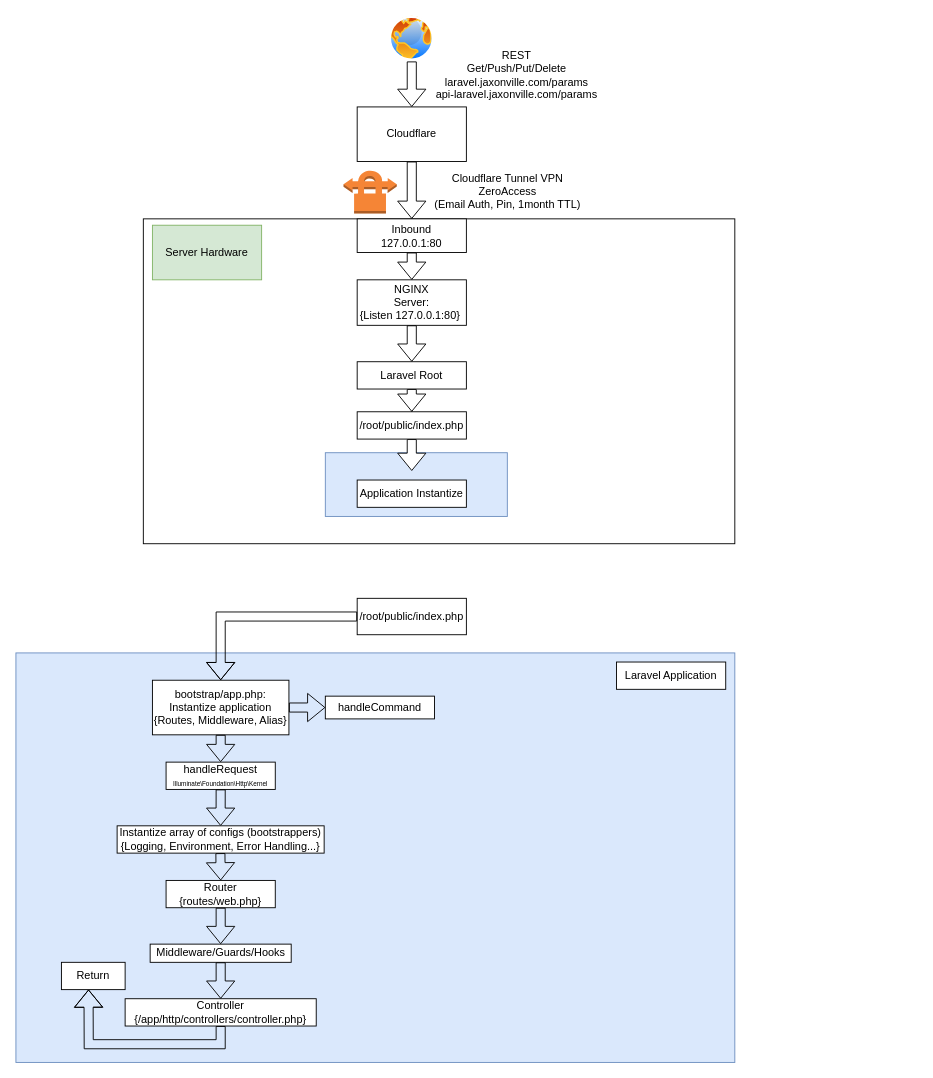
Before: Routing.drawio in jjdyo/Jaxons-Homelab-Topology, a draw.io diagram. Source tidied: cells renumbered, new cells numbered last; positions are measured from the earlier drawing's top-left corner, leaving out a move shared by most shapes. Both pictures are drawn from the tidied source at 91%, with x=0, y=0 at pixel (15, 15).
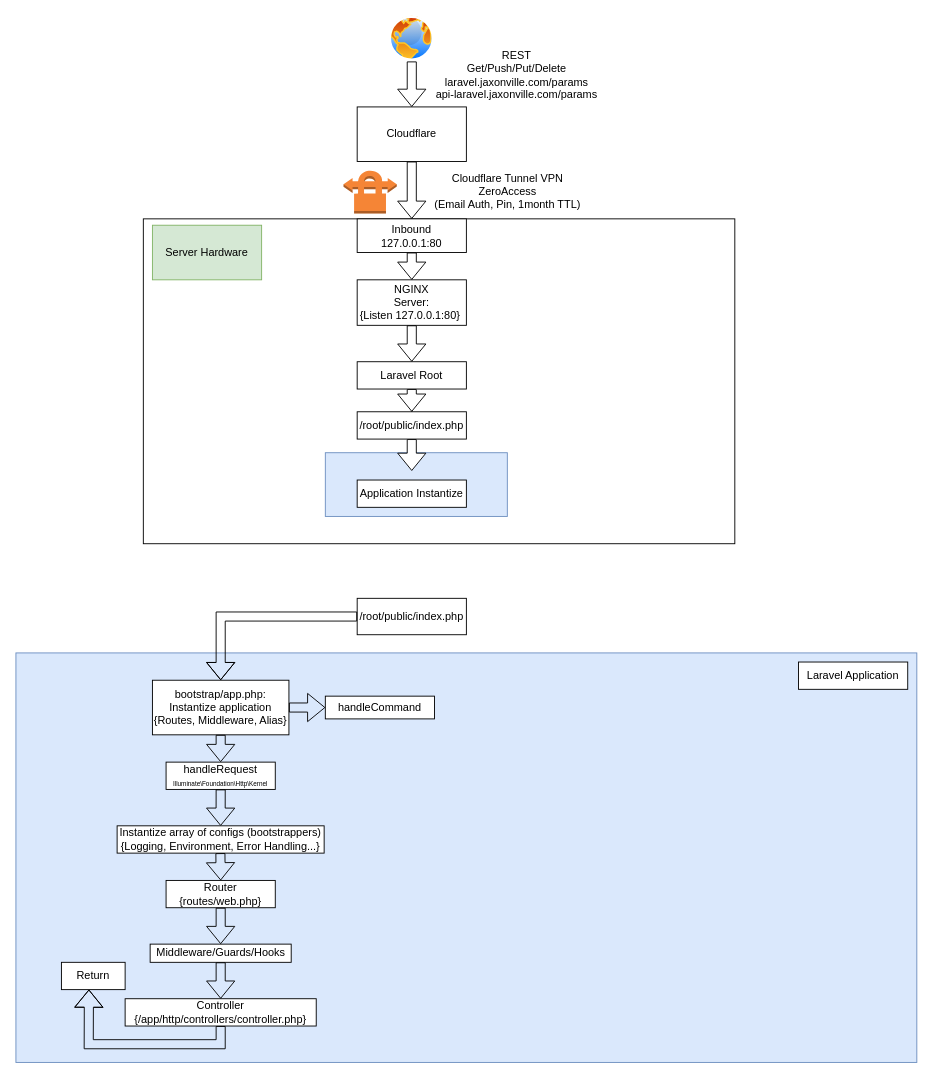
After the change.

The change refers to these unchanged cells:
```xml
<mxCell id="37" value="Controller&lt;br&gt;{/app/http/controllers/controller.php}" style="rounded=0;whiteSpace=wrap;html=1;" parent="1" vertex="1">
  <mxGeometry x="120" y="1080" width="210" height="30" as="geometry" />
</mxCell>
```

Change to the diagram source:
```diff
@@
     <mxCell id="21" style="rounded=0;whiteSpace=wrap;html=1;fillColor=#dae8fc;strokeColor=#6c8ebf;" parent="1" vertex="1">
-      <mxGeometry y="700" width="790" height="450" as="geometry" />
+      <mxGeometry y="700" width="990" height="450" as="geometry" />
     </mxCell>
     <mxCell id="22" value="Laravel Application" style="rounded=0;whiteSpace=wrap;html=1;" parent="1" vertex="1">
-      <mxGeometry x="660" y="710" width="120" height="30" as="geometry" />
+      <mxGeometry x="860" y="710" width="120" height="30" as="geometry" />
     </mxCell>
@@
-    <mxCell id="39" style="shape=flexArrow;endArrow=classic;html=1;rounded=0;exitX=0.5;exitY=1;exitDx=0;exitDy=0;entryX=0.101;entryY=0.822;entryDx=0;entryDy=0;entryPerimeter=0;" parent="1" edge="1" source="37" target="21">
+    <mxCell id="39" style="shape=flexArrow;endArrow=classic;html=1;rounded=0;exitX=0.5;exitY=1;exitDx=0;exitDy=0;entryX=0.081;entryY=0.822;entryDx=0;entryDy=0;entryPerimeter=0;" parent="1" edge="1" source="37" target="21">
       <mxGeometry relative="1" as="geometry">
         <Array as="points">
           <mxPoint x="225" y="1130" />
           <mxPoint x="80" y="1130" />
         </Array>
       </mxGeometry>
     </mxCell>
```
